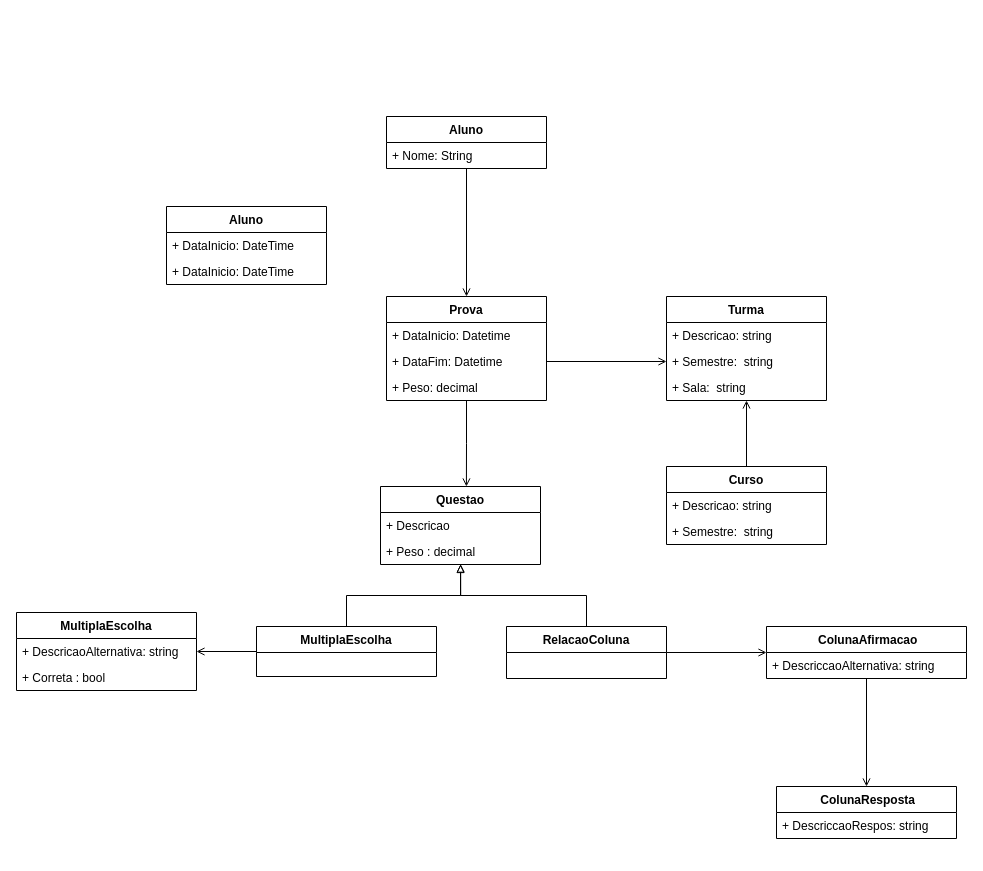
The draw.io diagram CasoDeUso/Analise_modelagem_de_sistemas_09-07-2022.drawio in EAbeier/Analise-e-Modelagem-de-Sistemas, before the edit. Source tidied: cells renumbered, new cells numbered last; positions are measured from the earlier drawing's top-left corner, leaving out a move shared by most shapes. Both pictures are drawn from the tidied source at 100%, with x=0, y=0 at pixel (16, 116).
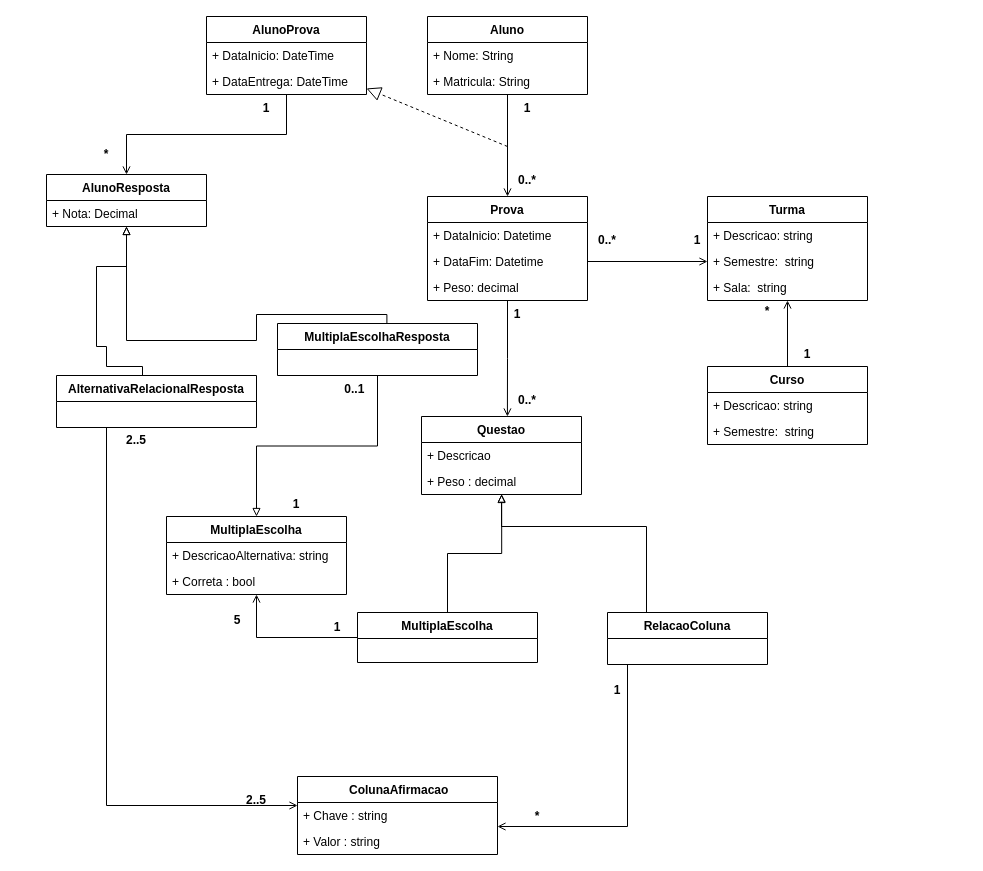
The same page after the edit.

Unchanged cells that the change refers to:
```xml
<mxCell id="21" value="+ Peso : decimal" style="text;strokeColor=none;fillColor=none;align=left;verticalAlign=top;spacingLeft=4;spacingRight=4;overflow=hidden;points=[[0,0.5],[1,0.5]];portConstraint=eastwest;" parent="19" vertex="1">
  <mxGeometry y="52" width="160" height="26" as="geometry" />
</mxCell>
```

Diff of the diagram source:
```diff
@@
     <mxCell id="3" value="Prova" style="swimlane;fontStyle=1;align=center;verticalAlign=top;horizontal=1;startSize=26;" parent="1" vertex="1">
-      <mxGeometry x="370" y="180" width="160" height="104" as="geometry" />
+      <mxGeometry x="411" y="80" width="160" height="104" as="geometry" />
     </mxCell>
@@
     <mxCell id="8" value="Aluno" style="swimlane;fontStyle=1;align=center;verticalAlign=top;horizontal=1;startSize=26;" parent="1" vertex="1">
-      <mxGeometry x="370" width="160" height="52" as="geometry" />
+      <mxGeometry x="411" y="-100" width="160" height="78" as="geometry" />
     </mxCell>
@@
+    <mxCell id="39" value="+ Matricula: String " style="text;strokeColor=none;fillColor=none;align=left;verticalAlign=top;spacingLeft=4;spacingRight=4;overflow=hidden;" parent="8" vertex="1">
+      <mxGeometry y="52" width="160" height="26" as="geometry" />
+    </mxCell>
     <mxCell id="10" value="Turma" style="swimlane;fontStyle=1;align=center;verticalAlign=top;horizontal=1;startSize=26;" parent="1" vertex="1">
-      <mxGeometry x="650" y="180" width="160" height="104" as="geometry" />
+      <mxGeometry x="691" y="80" width="160" height="104" as="geometry" />
     </mxCell>
@@
     <mxCell id="16" value="Curso" style="swimlane;fontStyle=1;align=center;verticalAlign=top;horizontal=1;startSize=26;" parent="1" vertex="1">
-      <mxGeometry x="650" y="350" width="160" height="78" as="geometry" />
+      <mxGeometry x="691" y="250" width="160" height="78" as="geometry" />
     </mxCell>
@@
     <mxCell id="19" value="Questao" style="swimlane;fontStyle=1;align=center;verticalAlign=top;horizontal=1;startSize=26;" parent="1" vertex="1">
-      <mxGeometry x="364" y="370" width="160" height="78" as="geometry" />
+      <mxGeometry x="405" y="300" width="160" height="78" as="geometry" />
     </mxCell>
@@
-    <mxCell id="22" style="edgeStyle=orthogonalEdgeStyle;rounded=0;jettySize=auto;html=1;entryX=0.501;entryY=0.983;entryDx=0;entryDy=0;entryPerimeter=0;endArrow=block;endFill=0;" parent="1" edge="1" source="24" target="21">
+    <mxCell id="22" style="edgeStyle=orthogonalEdgeStyle;rounded=0;jettySize=auto;html=1;entryX=0.501;entryY=0.983;entryDx=0;entryDy=0;entryPerimeter=0;endArrow=block;endFill=0;exitX=0.5;exitY=0;exitDx=0;exitDy=0;" parent="1" edge="1" source="24" target="21">
       <mxGeometry relative="1" as="geometry" />
     </mxCell>
@@
     <mxCell id="24" value="MultiplaEscolha" style="swimlane;fontStyle=1;align=center;verticalAlign=top;horizontal=1;startSize=26;" parent="1" vertex="1">
-      <mxGeometry x="240" y="510" width="180" height="50" as="geometry" />
+      <mxGeometry x="341" y="496" width="180" height="50" as="geometry" />
     </mxCell>
     <mxCell id="25" style="edgeStyle=orthogonalEdgeStyle;rounded=0;jettySize=auto;html=1;endArrow=block;endFill=0;" parent="1" edge="1" source="27" target="19">
-      <mxGeometry relative="1" as="geometry" />
+      <mxGeometry relative="1" as="geometry">
+        <Array as="points">
+          <mxPoint x="630" y="410" />
+          <mxPoint x="485" y="410" />
+        </Array>
+      </mxGeometry>
     </mxCell>
-    <mxCell id="26" style="edgeStyle=orthogonalEdgeStyle;rounded=0;jettySize=auto;html=1;entryX=0;entryY=0.5;entryDx=0;entryDy=0;endArrow=open;endFill=0;" parent="1" edge="1" source="27" target="29">
-      <mxGeometry relative="1" as="geometry" />
+    <mxCell id="26" style="edgeStyle=orthogonalEdgeStyle;rounded=0;jettySize=auto;html=1;endArrow=open;endFill=0;" parent="1" edge="1" source="27" target="29">
+      <mxGeometry relative="1" as="geometry">
+        <Array as="points">
+          <mxPoint x="611" y="710" />
+        </Array>
+      </mxGeometry>
     </mxCell>
     <mxCell id="27" value="RelacaoColuna" style="swimlane;fontStyle=1;align=center;verticalAlign=top;horizontal=1;startSize=26;" parent="1" vertex="1">
-      <mxGeometry x="490" y="510" width="160" height="52" as="geometry" />
+      <mxGeometry x="591" y="496" width="160" height="52" as="geometry" />
     </mxCell>
-    <mxCell id="28" style="edgeStyle=orthogonalEdgeStyle;rounded=0;jettySize=auto;html=1;entryX=0.5;entryY=0;entryDx=0;entryDy=0;endArrow=open;endFill=0;" parent="1" edge="1" source="29" target="31">
-      <mxGeometry relative="1" as="geometry" />
-    </mxCell>
     <mxCell id="29" value=" ColunaAfirmacao" style="swimlane;fontStyle=1;align=center;verticalAlign=top;horizontal=1;startSize=26;" parent="1" vertex="1">
-      <mxGeometry x="750" y="510" width="200" height="52" as="geometry" />
+      <mxGeometry x="281" y="660" width="200" height="78" as="geometry" />
     </mxCell>
+    <mxCell id="40" value="+ Chave : string&#10;" style="text;strokeColor=none;fillColor=none;align=left;verticalAlign=top;spacingLeft=4;spacingRight=4;overflow=hidden;" parent="29" vertex="1">
+      <mxGeometry y="26" width="200" height="26" as="geometry" />
+    </mxCell>
-    <mxCell id="30" value="+ DescriccaoAlternativa: string" style="text;strokeColor=none;fillColor=none;align=left;verticalAlign=top;spacingLeft=4;spacingRight=4;overflow=hidden;" parent="29" vertex="1">
-      <mxGeometry y="26" width="200" height="26" as="geometry" />
+    <mxCell id="30" value="+ Valor : string&#10;" style="text;strokeColor=none;fillColor=none;align=left;verticalAlign=top;spacingLeft=4;spacingRight=4;overflow=hidden;" parent="29" vertex="1">
+      <mxGeometry y="52" width="200" height="26" as="geometry" />
     </mxCell>
-    <mxCell id="31" value=" ColunaResposta" style="swimlane;fontStyle=1;align=center;verticalAlign=top;horizontal=1;startSize=26;" parent="1" vertex="1">
-      <mxGeometry x="760" y="670" width="180" height="52" as="geometry" />
-    </mxCell>
-    <mxCell id="32" value="+ DescriccaoRespos: string" style="text;strokeColor=none;fillColor=none;align=left;verticalAlign=top;spacingLeft=4;spacingRight=4;overflow=hidden;" parent="31" vertex="1">
-      <mxGeometry y="26" width="180" height="26" as="geometry" />
-    </mxCell>
     <mxCell id="33" value="MultiplaEscolha" style="swimlane;fontStyle=1;align=center;verticalAlign=top;horizontal=1;startSize=26;" parent="1" vertex="1">
-      <mxGeometry y="496" width="180" height="78" as="geometry" />
+      <mxGeometry x="150" y="400" width="180" height="78" as="geometry" />
     </mxCell>
@@
+    <mxCell id="41" style="edgeStyle=orthogonalEdgeStyle;rounded=0;jettySize=auto;html=1;entryX=0.5;entryY=0;entryDx=0;entryDy=0;endArrow=open;endFill=0;" parent="1" edge="1" source="36" target="43">
+      <mxGeometry relative="1" as="geometry" />
+    </mxCell>
-    <mxCell id="36" value="Aluno" style="swimlane;fontStyle=1;align=center;verticalAlign=top;horizontal=1;startSize=26;" parent="1" vertex="1">
-      <mxGeometry x="150" y="90" width="160" height="78" as="geometry" />
+    <mxCell id="36" value="AlunoProva" style="swimlane;fontStyle=1;align=center;verticalAlign=top;horizontal=1;startSize=26;" parent="1" vertex="1">
+      <mxGeometry x="190" y="-100" width="160" height="78" as="geometry" />
     </mxCell>
@@
-    <mxCell id="38" value="+ DataInicio: DateTime" style="text;strokeColor=none;fillColor=none;align=left;verticalAlign=top;spacingLeft=4;spacingRight=4;overflow=hidden;" parent="36" vertex="1">
+    <mxCell id="38" value="+ DataEntrega: DateTime" style="text;strokeColor=none;fillColor=none;align=left;verticalAlign=top;spacingLeft=4;spacingRight=4;overflow=hidden;" parent="36" vertex="1">
       <mxGeometry y="52" width="160" height="26" as="geometry" />
     </mxCell>
+    <mxCell id="42" style="endArrow=block;dashed=1;endFill=0;endSize=12;html=1;rounded=0;" parent="1" edge="1" target="36">
+      <mxGeometry relative="1" as="geometry">
+        <mxPoint x="491" y="30" as="sourcePoint" />
+      </mxGeometry>
+    </mxCell>
+    <mxCell id="43" value="AlunoResposta" style="swimlane;fontStyle=1;align=center;verticalAlign=top;horizontal=1;startSize=26;" parent="1" vertex="1">
+      <mxGeometry x="30" y="58" width="160" height="52" as="geometry" />
+    </mxCell>
+    <mxCell id="44" value="+ Nota: Decimal" style="text;strokeColor=none;fillColor=none;align=left;verticalAlign=top;spacingLeft=4;spacingRight=4;overflow=hidden;points=[[0,0.5],[1,0.5]];portConstraint=eastwest;" parent="43" vertex="1">
+      <mxGeometry y="26" width="160" height="26" as="geometry" />
+    </mxCell>
+    <mxCell id="45" style="edgeStyle=orthogonalEdgeStyle;rounded=0;jettySize=auto;html=1;endArrow=block;endFill=0;exitX=0.547;exitY=-0.003;exitDx=0;exitDy=0;exitPerimeter=0;" parent="1" edge="1" source="47" target="43">
+      <mxGeometry relative="1" as="geometry">
+        <Array as="points">
+          <mxPoint x="370" y="198" />
+          <mxPoint x="240" y="198" />
+          <mxPoint x="240" y="224" />
+          <mxPoint x="110" y="224" />
+        </Array>
+      </mxGeometry>
+    </mxCell>
+    <mxCell id="46" style="edgeStyle=orthogonalEdgeStyle;rounded=0;jettySize=auto;html=1;endArrow=block;endFill=0;entryX=0.5;entryY=0;entryDx=0;entryDy=0;" parent="1" edge="1" source="47" target="33">
+      <mxGeometry relative="1" as="geometry" />
+    </mxCell>
+    <mxCell id="47" value="MultiplaEscolhaResposta" style="swimlane;fontStyle=1;align=center;verticalAlign=top;horizontal=1;startSize=26;" parent="1" vertex="1">
+      <mxGeometry x="261" y="207" width="200" height="52" as="geometry" />
+    </mxCell>
+    <mxCell id="48" style="edgeStyle=orthogonalEdgeStyle;rounded=0;jettySize=auto;html=1;endArrow=block;endFill=0;exitX=0.43;exitY=0.04;exitDx=0;exitDy=0;exitPerimeter=0;" parent="1" edge="1" source="50" target="44">
+      <mxGeometry relative="1" as="geometry">
+        <Array as="points">
+          <mxPoint x="126" y="250" />
+          <mxPoint x="90" y="250" />
+          <mxPoint x="90" y="230" />
+          <mxPoint x="80" y="230" />
+          <mxPoint x="80" y="150" />
+          <mxPoint x="110" y="150" />
+        </Array>
+      </mxGeometry>
+    </mxCell>
+    <mxCell id="49" style="edgeStyle=orthogonalEdgeStyle;rounded=0;jettySize=auto;html=1;endArrow=open;endFill=0;" parent="1" edge="1" source="50" target="29">
+      <mxGeometry relative="1" as="geometry">
+        <Array as="points">
+          <mxPoint x="90" y="689" />
+        </Array>
+      </mxGeometry>
+    </mxCell>
+    <mxCell id="50" value="AlternativaRelacionalResposta" style="swimlane;fontStyle=1;align=center;verticalAlign=top;horizontal=1;startSize=26;" parent="1" vertex="1">
+      <mxGeometry x="40" y="259" width="200" height="52" as="geometry" />
+    </mxCell>
+    <mxCell id="51" value="0..1 " style="text;align=center;fontStyle=1;verticalAlign=middle;spacingLeft=3;spacingRight=3;strokeColor=none;" parent="1" vertex="1">
+      <mxGeometry x="300" y="259" width="80" height="26" as="geometry" />
+    </mxCell>
+    <mxCell id="52" value="1" style="text;align=center;fontStyle=1;verticalAlign=middle;spacingLeft=3;spacingRight=3;strokeColor=none;" parent="1" vertex="1">
+      <mxGeometry x="240" y="374" width="80" height="26" as="geometry" />
+    </mxCell>
+    <mxCell id="53" value="1" style="text;align=center;fontStyle=1;verticalAlign=middle;spacingLeft=3;spacingRight=3;strokeColor=none;" parent="1" vertex="1">
+      <mxGeometry x="281" y="497" width="80" height="26" as="geometry" />
+    </mxCell>
+    <mxCell id="54" value="5" style="text;align=center;fontStyle=1;verticalAlign=middle;spacingLeft=3;spacingRight=3;strokeColor=none;" parent="1" vertex="1">
+      <mxGeometry x="181" y="490" width="80" height="26" as="geometry" />
+    </mxCell>
+    <mxCell id="55" value="1" style="text;align=center;fontStyle=1;verticalAlign=middle;spacingLeft=3;spacingRight=3;strokeColor=none;" parent="1" vertex="1">
+      <mxGeometry x="210" y="-22" width="80" height="26" as="geometry" />
+    </mxCell>
+    <mxCell id="56" value="*" style="text;align=center;fontStyle=1;verticalAlign=middle;spacingLeft=3;spacingRight=3;strokeColor=none;" parent="1" vertex="1">
+      <mxGeometry x="50" y="24" width="80" height="26" as="geometry" />
+    </mxCell>
+    <mxCell id="57" value="2..5" style="text;align=center;fontStyle=1;verticalAlign=middle;spacingLeft=3;spacingRight=3;strokeColor=none;" parent="1" vertex="1">
+      <mxGeometry x="80" y="310" width="80" height="26" as="geometry" />
+    </mxCell>
+    <mxCell id="58" value="2..5" style="text;align=center;fontStyle=1;verticalAlign=middle;spacingLeft=3;spacingRight=3;strokeColor=none;" parent="1" vertex="1">
+      <mxGeometry x="200" y="670" width="80" height="26" as="geometry" />
+    </mxCell>
+    <mxCell id="59" value="1" style="text;align=center;fontStyle=1;verticalAlign=middle;spacingLeft=3;spacingRight=3;strokeColor=none;" parent="1" vertex="1">
+      <mxGeometry x="561" y="560" width="80" height="26" as="geometry" />
+    </mxCell>
+    <mxCell id="60" value="*" style="text;align=center;fontStyle=1;verticalAlign=middle;spacingLeft=3;spacingRight=3;strokeColor=none;" parent="1" vertex="1">
+      <mxGeometry x="481" y="686" width="80" height="26" as="geometry" />
+    </mxCell>
+    <mxCell id="61" value="1" style="text;align=center;fontStyle=1;verticalAlign=middle;spacingLeft=3;spacingRight=3;strokeColor=none;" parent="1" vertex="1">
+      <mxGeometry x="751" y="224" width="80" height="26" as="geometry" />
+    </mxCell>
+    <mxCell id="62" value="*" style="text;align=center;fontStyle=1;verticalAlign=middle;spacingLeft=3;spacingRight=3;strokeColor=none;" parent="1" vertex="1">
+      <mxGeometry x="711" y="181" width="80" height="26" as="geometry" />
+    </mxCell>
+    <mxCell id="63" value="1" style="text;align=center;fontStyle=1;verticalAlign=middle;spacingLeft=3;spacingRight=3;strokeColor=none;" parent="1" vertex="1">
+      <mxGeometry x="641" y="110" width="80" height="26" as="geometry" />
+    </mxCell>
+    <mxCell id="64" value="0..*" style="text;align=center;fontStyle=1;verticalAlign=middle;spacingLeft=3;spacingRight=3;strokeColor=none;" parent="1" vertex="1">
+      <mxGeometry x="551" y="110" width="80" height="26" as="geometry" />
+    </mxCell>
+    <mxCell id="65" value="0..*" style="text;align=center;fontStyle=1;verticalAlign=middle;spacingLeft=3;spacingRight=3;strokeColor=none;" parent="1" vertex="1">
+      <mxGeometry x="471" y="50" width="80" height="26" as="geometry" />
+    </mxCell>
+    <mxCell id="66" value="1" style="text;align=center;fontStyle=1;verticalAlign=middle;spacingLeft=3;spacingRight=3;strokeColor=none;" parent="1" vertex="1">
+      <mxGeometry x="471" y="-22" width="80" height="26" as="geometry" />
+    </mxCell>
+    <mxCell id="67" value="1" style="text;align=center;fontStyle=1;verticalAlign=middle;spacingLeft=3;spacingRight=3;strokeColor=none;" parent="1" vertex="1">
+      <mxGeometry x="461" y="184" width="80" height="26" as="geometry" />
+    </mxCell>
+    <mxCell id="68" value="0..*" style="text;align=center;fontStyle=1;verticalAlign=middle;spacingLeft=3;spacingRight=3;strokeColor=none;" parent="1" vertex="1">
+      <mxGeometry x="471" y="270" width="80" height="26" as="geometry" />
+    </mxCell>
```
